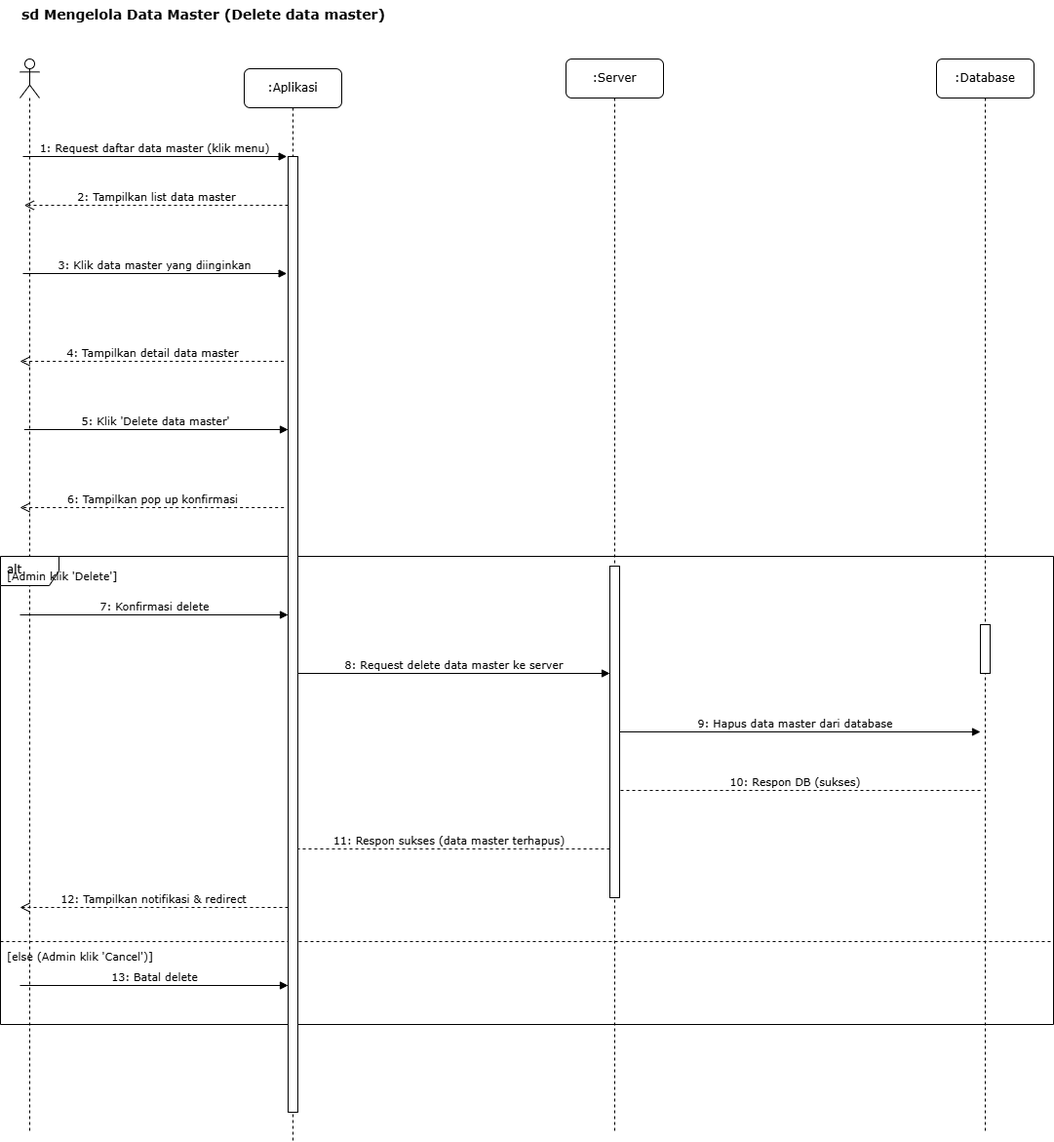
Earlier version of the draw.io export Diagram/sequence-diagram-skripsi-mengelola-data-master-delete.drawio.png (Rizz404/SKRIPSI_V2). Source tidied: cells renumbered, new cells last; positions are measured from the earlier drawing's top-left corner, leaving out a move shared by most shapes.
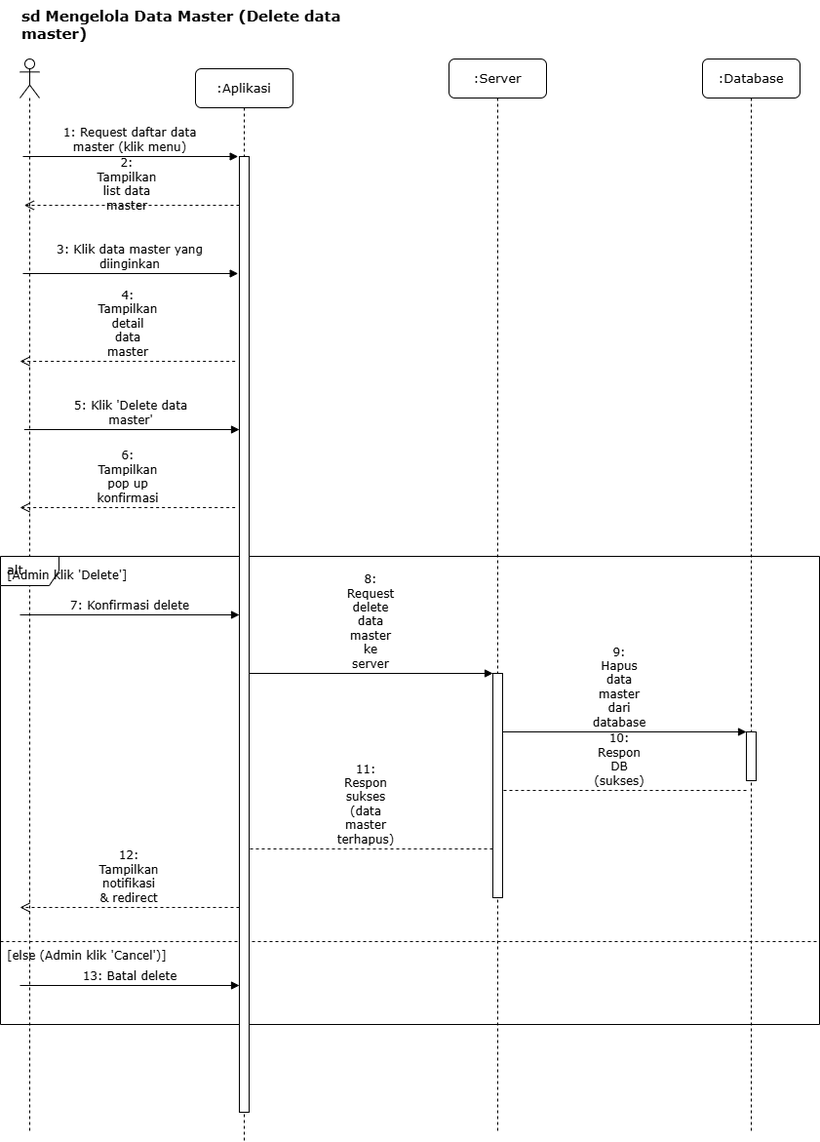
The same diagram one commit later.

The edit, as a diff of the source:
```diff
@@ -2,121 +2,118 @@
   <root>
     <mxCell id="0" />
     <mxCell id="1" parent="0" />
-    <mxCell id="2" value="sd Mengelola Data Master (Delete data master)" style="text;html=1;strokeColor=none;fillColor=none;align=left;verticalAlign=top;whiteSpace=wrap;rounded=0;fontFamily=Verdana;fontSize=14;fontStyle=1;" parent="1" vertex="1">
-      <mxGeometry x="20" width="380" height="30" as="geometry" />
+    <mxCell id="2" value="sd Mengelola Data Master (Delete data master)" style="text;html=1;strokeColor=none;fillColor=none;align=left;verticalAlign=top;whiteSpace=wrap;rounded=0;fontFamily=Verdana;fontSize=15;fontStyle=1;" parent="1" vertex="1">
+      <mxGeometry x="-60" width="380" height="30" as="geometry" />
     </mxCell>
     <mxCell id="3" style="shape=umlLifeline;perimeter=lifelinePerimeter;whiteSpace=wrap;html=1;newEdgeStyle={&quot;curved&quot;:0,&quot;rounded&quot;:0};participant=umlActor;" parent="1" vertex="1">
-      <mxGeometry x="20" y="60" width="20" height="1100" as="geometry" />
+      <mxGeometry x="-60" y="60" width="20" height="1100" as="geometry" />
     </mxCell>
-    <mxCell id="4" value=":Aplikasi" style="shape=umlLifeline;perimeter=lifelinePerimeter;whiteSpace=wrap;html=1;rounded=1;shadow=0;comic=0;labelBackgroundColor=none;strokeWidth=1;fontFamily=Verdana;fontSize=12;align=center;" parent="1" vertex="1">
-      <mxGeometry x="250" y="70" width="100" height="1100" as="geometry" />
+    <mxCell id="4" value=":Aplikasi" style="shape=umlLifeline;perimeter=lifelinePerimeter;whiteSpace=wrap;html=1;rounded=1;shadow=0;comic=0;labelBackgroundColor=none;strokeWidth=1;fontFamily=Verdana;fontSize=13;align=center;" parent="1" vertex="1">
+      <mxGeometry x="120" y="70" width="100" height="1100" as="geometry" />
     </mxCell>
-    <mxCell id="5" value="alt" style="shape=umlFrame;whiteSpace=wrap;html=1;verticalAlign=top;align=left;spacingLeft=5;fontFamily=Verdana;fontSize=12;" parent="4" vertex="1">
-      <mxGeometry x="-250" y="500" width="1080" height="480" as="geometry" />
+    <mxCell id="5" value="alt" style="shape=umlFrame;whiteSpace=wrap;html=1;verticalAlign=top;align=left;spacingLeft=5;fontFamily=Verdana;fontSize=13;" parent="1" vertex="1">
+      <mxGeometry x="-80" y="570" width="840" height="480" as="geometry" />
     </mxCell>
-    <mxCell id="6" value="[Admin klik 'Delete']" style="text;html=1;align=left;verticalAlign=middle;strokeColor=none;fillColor=none;fontFamily=Verdana;fontSize=11;" parent="5" vertex="1">
+    <mxCell id="6" value="[Admin klik 'Delete']" style="text;html=1;align=left;verticalAlign=middle;strokeColor=none;fillColor=none;fontFamily=Verdana;fontSize=12;" parent="5" vertex="1">
       <mxGeometry x="5" y="5" width="130" height="30" as="geometry" />
     </mxCell>
-    <mxCell id="7" value="7: Konfirmasi delete" style="html=1;verticalAlign=bottom;labelBackgroundColor=none;endArrow=block;rounded=0;fontFamily=Verdana;fontSize=11;" parent="5" edge="1">
+    <mxCell id="7" value="7: Konfirmasi delete" style="html=1;verticalAlign=bottom;labelBackgroundColor=none;endArrow=block;rounded=0;fontFamily=Verdana;fontSize=12;whiteSpace=wrap;" parent="5" edge="1">
       <mxGeometry relative="1" as="geometry">
         <mxPoint x="20" y="60" as="sourcePoint" />
-        <mxPoint x="295" y="60" as="targetPoint" />
+        <mxPoint x="245" y="60" as="targetPoint" />
       </mxGeometry>
     </mxCell>
-    <mxCell id="8" value="8: Request delete data master ke server" style="html=1;verticalAlign=bottom;endArrow=block;labelBackgroundColor=none;fontFamily=Verdana;fontSize=11;" parent="5" edge="1">
+    <mxCell id="8" value="8: Request delete data master ke server" style="html=1;verticalAlign=bottom;endArrow=block;labelBackgroundColor=none;fontFamily=Verdana;fontSize=12;whiteSpace=wrap;" parent="5" edge="1">
       <mxGeometry relative="1" as="geometry">
-        <mxPoint x="305" y="120" as="sourcePoint" />
-        <mxPoint x="625" y="120" as="targetPoint" />
+        <mxPoint x="255" y="120" as="sourcePoint" />
+        <mxPoint x="505" y="120" as="targetPoint" />
       </mxGeometry>
     </mxCell>
-    <mxCell id="9" value="9: Hapus data master dari database" style="html=1;verticalAlign=bottom;endArrow=block;labelBackgroundColor=none;fontFamily=Verdana;fontSize=11;" parent="5" edge="1">
+    <mxCell id="9" value="9: Hapus data master dari database" style="html=1;verticalAlign=bottom;endArrow=block;labelBackgroundColor=none;fontFamily=Verdana;fontSize=12;whiteSpace=wrap;" parent="5" edge="1">
       <mxGeometry relative="1" as="geometry">
-        <mxPoint x="625" y="180" as="sourcePoint" />
-        <mxPoint x="1005" y="180" as="targetPoint" />
+        <mxPoint x="505" y="180" as="sourcePoint" />
+        <mxPoint x="765" y="180" as="targetPoint" />
       </mxGeometry>
     </mxCell>
-    <mxCell id="10" value="10: Respon DB (sukses)" style="html=1;verticalAlign=bottom;endArrow=open;dashed=1;endSize=8;labelBackgroundColor=none;fontFamily=Verdana;fontSize=11;" parent="5" edge="1">
+    <mxCell id="10" value="10: Respon DB (sukses)" style="html=1;verticalAlign=bottom;endArrow=open;dashed=1;endSize=8;labelBackgroundColor=none;fontFamily=Verdana;fontSize=12;whiteSpace=wrap;" parent="5" edge="1">
       <mxGeometry relative="1" as="geometry">
-        <mxPoint x="1005" y="240" as="sourcePoint" />
-        <mxPoint x="625" y="240" as="targetPoint" />
+        <mxPoint x="765" y="240" as="sourcePoint" />
+        <mxPoint x="505" y="240" as="targetPoint" />
       </mxGeometry>
     </mxCell>
-    <mxCell id="11" value="11: Respon sukses (data master terhapus)" style="html=1;verticalAlign=bottom;endArrow=open;dashed=1;endSize=8;labelBackgroundColor=none;fontFamily=Verdana;fontSize=11;" parent="5" edge="1">
+    <mxCell id="11" value="11: Respon sukses (data master terhapus)" style="html=1;verticalAlign=bottom;endArrow=open;dashed=1;endSize=8;labelBackgroundColor=none;fontFamily=Verdana;fontSize=12;whiteSpace=wrap;" parent="5" edge="1">
       <mxGeometry relative="1" as="geometry">
-        <mxPoint x="625" y="300" as="sourcePoint" />
-        <mxPoint x="295" y="300" as="targetPoint" />
+        <mxPoint x="505" y="300" as="sourcePoint" />
+        <mxPoint x="245" y="300" as="targetPoint" />
       </mxGeometry>
     </mxCell>
-    <mxCell id="12" value="12: Tampilkan notifikasi &amp; redirect" style="html=1;verticalAlign=bottom;endArrow=open;dashed=1;endSize=8;labelBackgroundColor=none;fontFamily=Verdana;fontSize=11;" parent="5" edge="1">
+    <mxCell id="12" value="12: Tampilkan notifikasi &amp;amp; redirect" style="html=1;verticalAlign=bottom;endArrow=open;dashed=1;endSize=8;labelBackgroundColor=none;fontFamily=Verdana;fontSize=12;whiteSpace=wrap;" parent="5" edge="1">
       <mxGeometry relative="1" as="geometry">
-        <mxPoint x="295" y="360" as="sourcePoint" />
+        <mxPoint x="245" y="360" as="sourcePoint" />
         <mxPoint x="20" y="360" as="targetPoint" />
       </mxGeometry>
     </mxCell>
     <mxCell id="13" style="line;html=1;strokeWidth=1;dashed=1;align=center;verticalAlign=middle;" parent="5" vertex="1">
-      <mxGeometry y="390" width="1080" height="10" as="geometry" />
+      <mxGeometry y="390" width="840" height="10" as="geometry" />
     </mxCell>
-    <mxCell id="14" value="[else (Admin klik 'Cancel')]" style="text;html=1;align=left;verticalAlign=middle;strokeColor=none;fillColor=none;fontFamily=Verdana;fontSize=11;" parent="5" vertex="1">
-      <mxGeometry x="5" y="395" width="160" height="30" as="geometry" />
+    <mxCell id="14" value="[else (Admin klik 'Cancel')]" style="text;html=1;align=left;verticalAlign=middle;strokeColor=none;fillColor=none;fontFamily=Verdana;fontSize=12;" parent="5" vertex="1">
+      <mxGeometry x="5" y="395" width="170" height="30" as="geometry" />
     </mxCell>
-    <mxCell id="15" value="13: Batal delete" style="html=1;verticalAlign=bottom;labelBackgroundColor=none;endArrow=block;rounded=0;fontFamily=Verdana;fontSize=11;" parent="5" edge="1">
+    <mxCell id="15" value="13: Batal delete" style="html=1;verticalAlign=bottom;labelBackgroundColor=none;endArrow=block;rounded=0;fontFamily=Verdana;fontSize=12;whiteSpace=wrap;" parent="5" edge="1">
       <mxGeometry relative="1" as="geometry">
         <mxPoint x="20" y="440" as="sourcePoint" />
-        <mxPoint x="295" y="440" as="targetPoint" />
+        <mxPoint x="245" y="440" as="targetPoint" />
       </mxGeometry>
     </mxCell>
-    <mxCell id="16" value=":Server" style="shape=umlLifeline;perimeter=lifelinePerimeter;whiteSpace=wrap;html=1;rounded=1;shadow=0;comic=0;labelBackgroundColor=none;strokeWidth=1;fontFamily=Verdana;fontSize=12;align=center;" parent="1" vertex="1">
-      <mxGeometry x="580" y="60" width="100" height="1100" as="geometry" />
+    <mxCell id="16" value=":Server" style="shape=umlLifeline;perimeter=lifelinePerimeter;whiteSpace=wrap;html=1;rounded=1;shadow=0;comic=0;labelBackgroundColor=none;strokeWidth=1;fontFamily=Verdana;fontSize=13;align=center;" parent="1" vertex="1">
+      <mxGeometry x="380" y="60" width="100" height="1100" as="geometry" />
     </mxCell>
-    <mxCell id="17" value=":Database" style="shape=umlLifeline;perimeter=lifelinePerimeter;whiteSpace=wrap;html=1;rounded=1;shadow=0;comic=0;labelBackgroundColor=none;strokeWidth=1;fontFamily=Verdana;fontSize=12;align=center;" parent="1" vertex="1">
-      <mxGeometry x="960" y="60" width="100" height="1100" as="geometry" />
+    <mxCell id="17" value=":Database" style="shape=umlLifeline;perimeter=lifelinePerimeter;whiteSpace=wrap;html=1;rounded=1;shadow=0;comic=0;labelBackgroundColor=none;strokeWidth=1;fontFamily=Verdana;fontSize=13;align=center;" parent="1" vertex="1">
+      <mxGeometry x="640" y="60" width="100" height="1100" as="geometry" />
     </mxCell>
     <mxCell id="18" style="html=1;perimeter=orthogonalPerimeter;fillColor=#ffffff;strokeColor=#000000;strokeWidth=1;" parent="1" vertex="1">
-      <mxGeometry x="295" y="160" width="10" height="980" as="geometry" />
+      <mxGeometry x="165" y="160" width="10" height="980" as="geometry" />
     </mxCell>
     <mxCell id="19" style="html=1;perimeter=orthogonalPerimeter;fillColor=#ffffff;strokeColor=#000000;strokeWidth=1;" parent="1" vertex="1">
-      <mxGeometry x="625" y="580" width="10" height="340" as="geometry" />
+      <mxGeometry x="425" y="690" width="10" height="230" as="geometry" />
     </mxCell>
     <mxCell id="20" style="html=1;perimeter=orthogonalPerimeter;fillColor=#ffffff;strokeColor=#000000;strokeWidth=1;" parent="1" vertex="1">
-      <mxGeometry x="1005" y="640" width="10" height="50" as="geometry" />
+      <mxGeometry x="685" y="750" width="10" height="50" as="geometry" />
     </mxCell>
-    <mxCell id="21" value="1: Request daftar data master (klik menu)" style="html=1;verticalAlign=bottom;labelBackgroundColor=none;endArrow=block;rounded=0;fontFamily=Verdana;fontSize=11;" parent="1" edge="1">
+    <mxCell id="21" value="1: Request daftar data master (klik menu)" style="html=1;verticalAlign=bottom;labelBackgroundColor=none;endArrow=block;rounded=0;fontFamily=Verdana;fontSize=12;whiteSpace=wrap;" parent="1" edge="1">
       <mxGeometry relative="1" as="geometry">
-        <mxPoint x="23" y="160" as="sourcePoint" />
-        <mxPoint x="293.7" y="160" as="targetPoint" />
+        <mxPoint x="-57" y="160" as="sourcePoint" />
+        <mxPoint x="163.7" y="160" as="targetPoint" />
       </mxGeometry>
     </mxCell>
-    <mxCell id="22" value="2: Tampilkan list data master" style="html=1;verticalAlign=bottom;endArrow=open;dashed=1;endSize=8;labelBackgroundColor=none;fontFamily=Verdana;fontSize=11;" parent="1" edge="1">
-      <mxGeometry relative="1" as="geometry">
-        <mxPoint x="295" y="210" as="sourcePoint" />
-        <mxPoint x="24.3" y="210" as="targetPoint" />
+    <mxCell id="22" value="2: Tampilkan list data master" style="html=1;verticalAlign=bottom;endArrow=open;dashed=1;endSize=8;labelBackgroundColor=none;fontFamily=Verdana;fontSize=12;whiteSpace=wrap;" parent="1" edge="1">
+      <mxGeometry x="0.04" y="10" relative="1" as="geometry">
+        <mxPoint x="165" y="210" as="sourcePoint" />
+        <mxPoint x="-55.7" y="210" as="targetPoint" />
       </mxGeometry>
     </mxCell>
-    <mxCell id="23" value="4: Tampilkan detail data master" style="html=1;verticalAlign=bottom;endArrow=open;dashed=1;endSize=8;labelBackgroundColor=none;fontFamily=Verdana;fontSize=11;" parent="1" edge="1">
+    <mxCell id="23" value="4: Tampilkan detail data master" style="html=1;verticalAlign=bottom;endArrow=open;dashed=1;endSize=8;labelBackgroundColor=none;fontFamily=Verdana;fontSize=12;whiteSpace=wrap;" parent="1" edge="1">
       <mxGeometry relative="1" as="geometry">
-        <mxPoint x="290.7" y="370" as="sourcePoint" />
-        <mxPoint x="20" y="370" as="targetPoint" />
+        <mxPoint x="160.7" y="370" as="sourcePoint" />
+        <mxPoint x="-60" y="370" as="targetPoint" />
       </mxGeometry>
     </mxCell>
-    <mxCell id="24" value="5: Klik 'Delete data master'" style="html=1;verticalAlign=bottom;labelBackgroundColor=none;endArrow=block;rounded=0;fontFamily=Verdana;fontSize=11;" parent="1" edge="1">
+    <mxCell id="24" value="5: Klik 'Delete data master'" style="html=1;verticalAlign=bottom;labelBackgroundColor=none;endArrow=block;rounded=0;fontFamily=Verdana;fontSize=12;whiteSpace=wrap;" parent="1" edge="1">
       <mxGeometry relative="1" as="geometry">
-        <mxPoint x="24.3" y="440" as="sourcePoint" />
-        <mxPoint x="295" y="440" as="targetPoint" />
-        <Array as="points">
-          <mxPoint x="85.5" y="440" />
-        </Array>
+        <mxPoint x="-55.7" y="440" as="sourcePoint" />
+        <mxPoint x="165" y="440" as="targetPoint" />
       </mxGeometry>
     </mxCell>
-    <mxCell id="25" value="6: Tampilkan pop up konfirmasi" style="html=1;verticalAlign=bottom;endArrow=open;dashed=1;endSize=8;labelBackgroundColor=none;fontFamily=Verdana;fontSize=11;" parent="1" edge="1">
+    <mxCell id="25" value="6: Tampilkan pop up konfirmasi" style="html=1;verticalAlign=bottom;endArrow=open;dashed=1;endSize=8;labelBackgroundColor=none;fontFamily=Verdana;fontSize=12;whiteSpace=wrap;" parent="1" edge="1">
       <mxGeometry relative="1" as="geometry">
-        <mxPoint x="290.7" y="520" as="sourcePoint" />
-        <mxPoint x="20" y="520" as="targetPoint" />
+        <mxPoint x="160.7" y="520" as="sourcePoint" />
+        <mxPoint x="-60" y="520" as="targetPoint" />
       </mxGeometry>
     </mxCell>
-    <mxCell id="26" value="3: Klik data master yang diinginkan" style="html=1;verticalAlign=bottom;labelBackgroundColor=none;endArrow=block;rounded=0;fontFamily=Verdana;fontSize=11;" parent="1" edge="1">
+    <mxCell id="26" value="3: Klik data master yang diinginkan" style="html=1;verticalAlign=bottom;labelBackgroundColor=none;endArrow=block;rounded=0;fontFamily=Verdana;fontSize=12;whiteSpace=wrap;" parent="1" edge="1">
       <mxGeometry relative="1" as="geometry">
-        <mxPoint x="23" y="280" as="sourcePoint" />
-        <mxPoint x="293.7" y="280" as="targetPoint" />
+        <mxPoint x="-57" y="280" as="sourcePoint" />
+        <mxPoint x="163.7" y="280" as="targetPoint" />
       </mxGeometry>
     </mxCell>
   </root>
```
